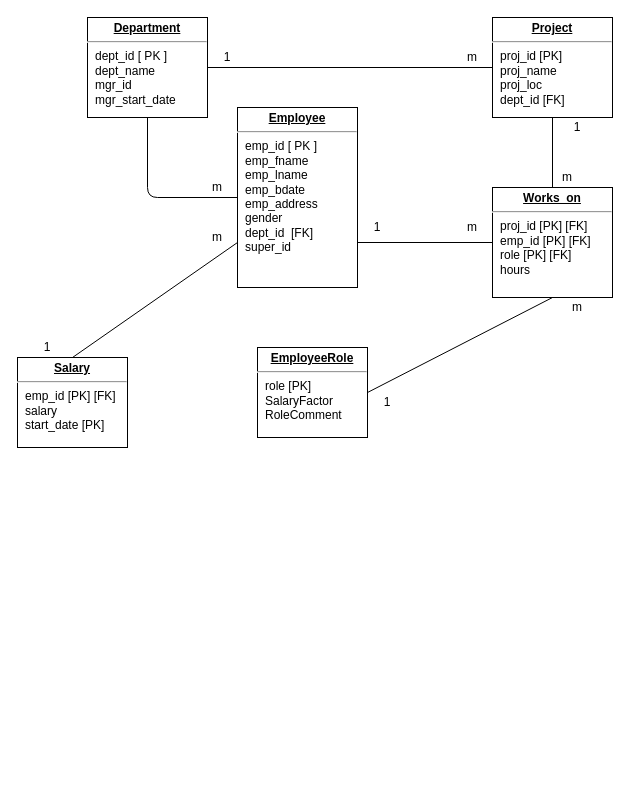
This is CreditTaskFDM5.drawio from LastMinuteBanter/DistinctionTaskUML, a draw.io file, before an edit. Source tidied: cells renumbered, new cells numbered last; positions are measured from the earlier drawing's top-left corner, leaving out a move shared by most shapes. Both pictures are drawn from the tidied source at 100%, with x=0, y=0 at pixel (17, 17).
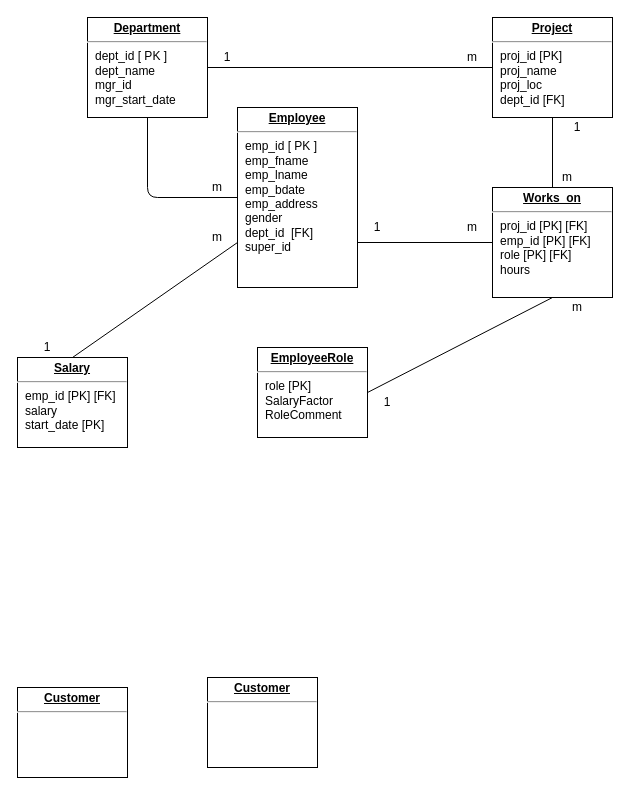
After the change.

Change to the diagram source:
```diff
@@
+    <mxCell id="25" value="&lt;p style=&quot;margin: 0px ; margin-top: 4px ; text-align: center ; text-decoration: underline&quot;&gt;&lt;b&gt;Customer&lt;/b&gt;&lt;br&gt;&lt;/p&gt;&lt;hr&gt;" style="verticalAlign=top;align=left;overflow=fill;fontSize=12;fontFamily=Helvetica;html=1;" parent="1" vertex="1">
+      <mxGeometry y="670" width="110" height="90" as="geometry" />
+    </mxCell>
+    <mxCell id="26" value="&lt;p style=&quot;margin: 0px ; margin-top: 4px ; text-align: center ; text-decoration: underline&quot;&gt;&lt;b&gt;Customer&lt;/b&gt;&lt;br&gt;&lt;/p&gt;&lt;hr&gt;" style="verticalAlign=top;align=left;overflow=fill;fontSize=12;fontFamily=Helvetica;html=1;" parent="1" vertex="1">
+      <mxGeometry x="190" y="660" width="110" height="90" as="geometry" />
+    </mxCell>
```
